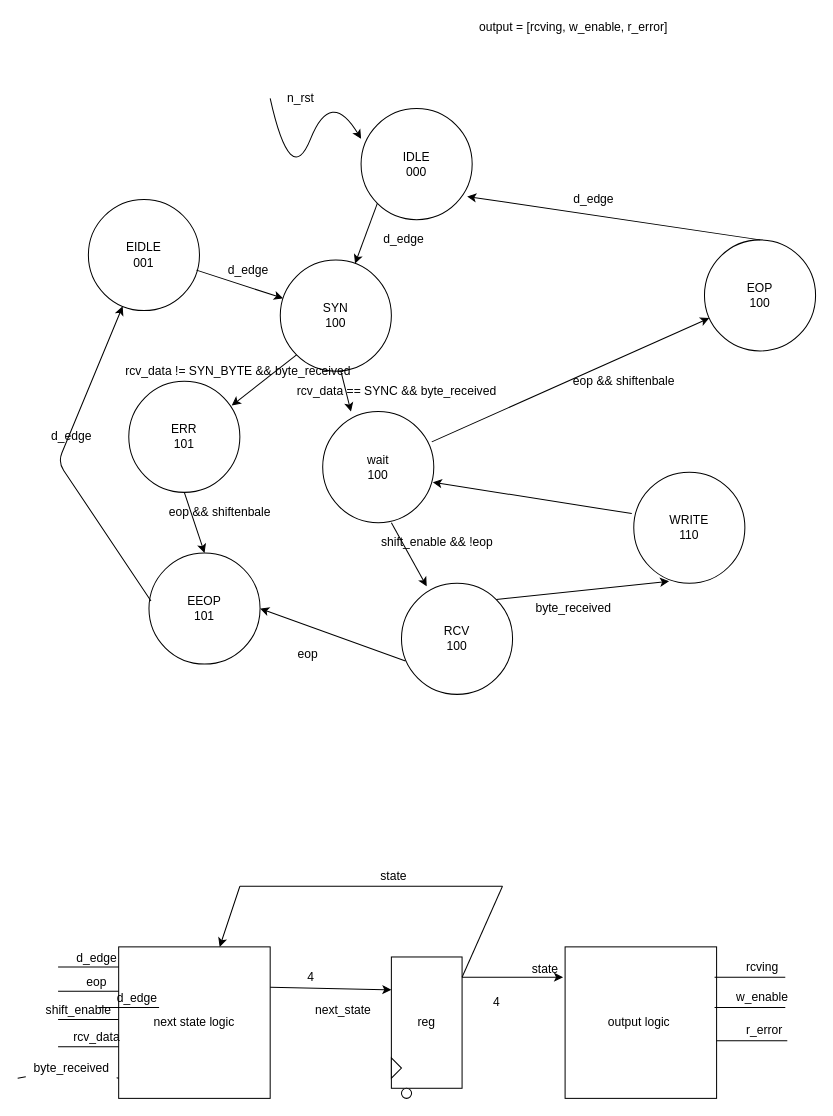
Earlier version of the draw.io diagram project/docs/RCU_RTL.drawio (Mooyeonkim628/ECE337_ASIC_Design). Source tidied: cells renumbered, new cells numbered last; positions are measured from the earlier drawing's top-left corner, leaving out a move shared by most shapes. Both pictures are drawn from the tidied source at 101%, with x=0, y=0 at pixel (17, 17).
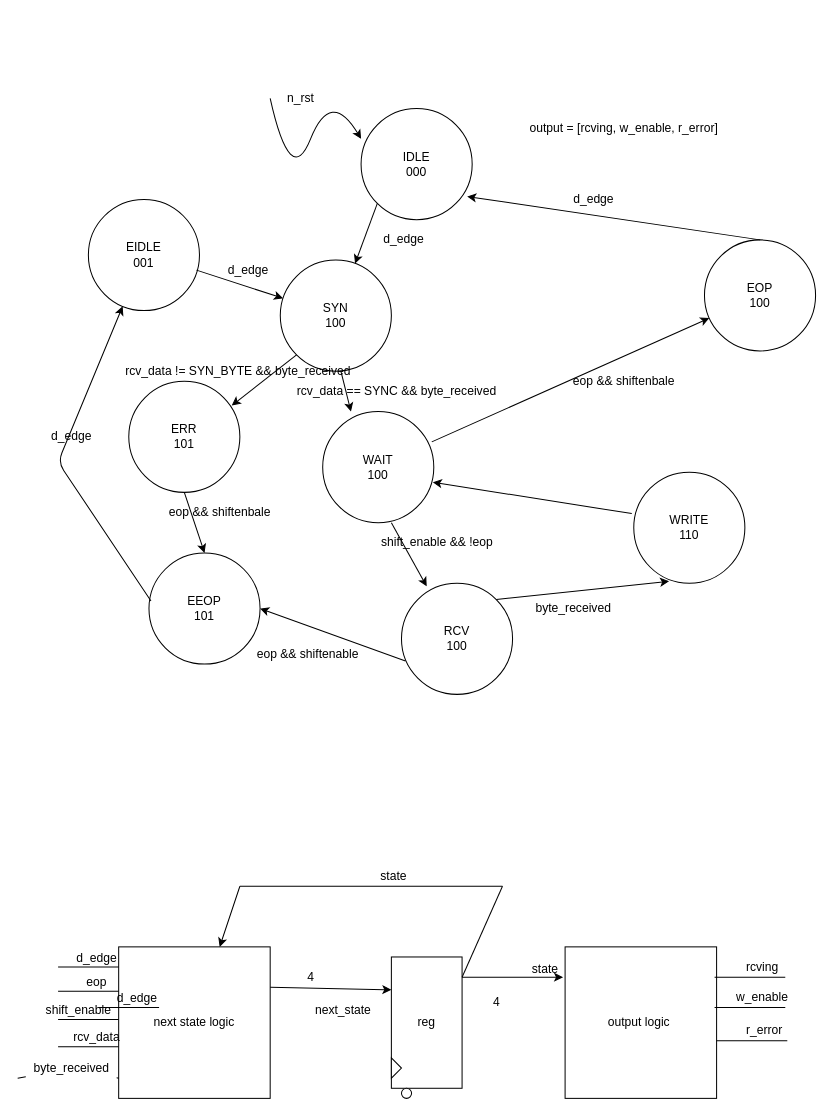
After the change.

What changed in the source:
```diff
@@
     <mxCell id="3" value="output = [rcving, w_enable, r_error]" style="text;html=1;align=center;verticalAlign=middle;" parent="1" vertex="1">
-      <mxGeometry x="450" width="200" height="20" as="geometry" />
+      <mxGeometry x="500" y="100" width="200" height="20" as="geometry" />
     </mxCell>
@@
-    <mxCell id="52" value="eop" style="text;html=1;align=center;verticalAlign=middle;" parent="1" vertex="1">
-      <mxGeometry x="267" y="620" width="40" height="20" as="geometry" />
+    <mxCell id="52" value="eop &amp;amp;&amp;amp; shiftenable" style="text;html=1;align=center;verticalAlign=middle;" parent="1" vertex="1">
+      <mxGeometry x="227" y="620" width="120" height="20" as="geometry" />
     </mxCell>
@@
-    <mxCell id="66" value="wait&lt;br&gt;100" style="ellipse;whiteSpace=wrap;html=1;" parent="1" vertex="1">
+    <mxCell id="66" value="WAIT&lt;br&gt;100" style="ellipse;whiteSpace=wrap;html=1;" parent="1" vertex="1">
       <mxGeometry x="302" y="390" width="110" height="110" as="geometry" />
     </mxCell>
```
